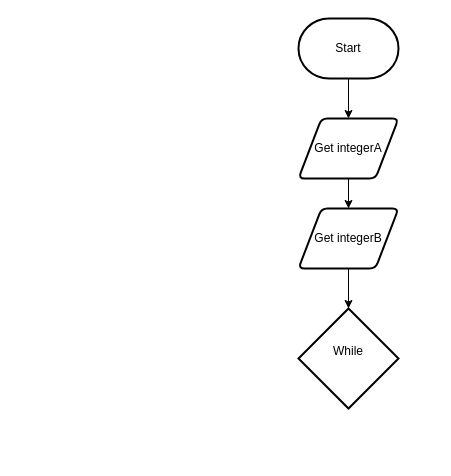
This is design/flow-chart.drawio from Timothy-Manwell/ICS2O-Unit-5-06, a draw.io file, before an edit. Source tidied: cells renumbered, new cells numbered last; positions are measured from the earlier drawing's top-left corner, leaving out a move shared by most shapes. Both pictures are drawn from the tidied source at 100%, with x=0, y=0 at pixel (298, 18).
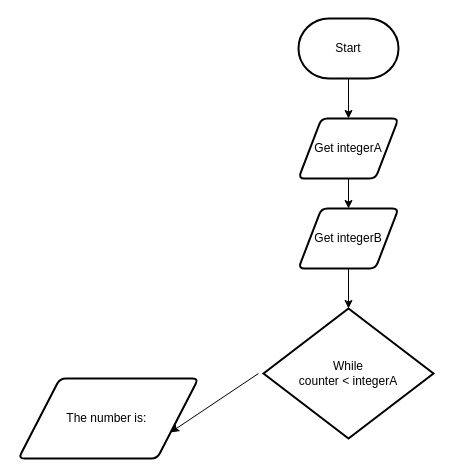
The same page after the edit.

What changed in the source:
```diff
@@
 <mxGraphModel>
   <root>
     <mxCell id="0" />
     <mxCell id="1" parent="0" />
     <mxCell id="2" style="edgeStyle=none;html=1;" parent="1" edge="1" source="3" target="5">
       <mxGeometry relative="1" as="geometry" />
     </mxCell>
     <mxCell id="3" value="Start" style="strokeWidth=2;html=1;shape=mxgraph.flowchart.terminator;whiteSpace=wrap;" parent="1" vertex="1">
       <mxGeometry width="100" height="60" as="geometry" />
     </mxCell>
     <mxCell id="4" style="edgeStyle=none;html=1;" parent="1" edge="1" source="5" target="7">
       <mxGeometry relative="1" as="geometry" />
     </mxCell>
     <mxCell id="5" value="Get integerA" style="shape=parallelogram;html=1;strokeWidth=2;perimeter=parallelogramPerimeter;whiteSpace=wrap;rounded=1;arcSize=12;size=0.23;" parent="1" vertex="1">
       <mxGeometry y="100" width="100" height="60" as="geometry" />
     </mxCell>
     <mxCell id="6" style="edgeStyle=none;html=1;entryX=0.5;entryY=0;entryDx=0;entryDy=0;entryPerimeter=0;" parent="1" edge="1" source="7" target="8">
       <mxGeometry relative="1" as="geometry" />
     </mxCell>
     <mxCell id="7" value="Get integerB" style="shape=parallelogram;html=1;strokeWidth=2;perimeter=parallelogramPerimeter;whiteSpace=wrap;rounded=1;arcSize=12;size=0.23;" parent="1" vertex="1">
       <mxGeometry y="190" width="100" height="60" as="geometry" />
     </mxCell>
+    <mxCell id="9" style="edgeStyle=none;html=1;entryX=1;entryY=0.75;entryDx=0;entryDy=0;" parent="1" edge="1" target="10">
+      <mxGeometry relative="1" as="geometry">
+        <mxPoint x="-40" y="355" as="sourcePoint" />
+      </mxGeometry>
+    </mxCell>
-    <mxCell id="8" value="While&lt;br&gt;&lt;br&gt;" style="strokeWidth=2;html=1;shape=mxgraph.flowchart.decision;whiteSpace=wrap;" parent="1" vertex="1">
-      <mxGeometry y="290" width="100" height="100" as="geometry" />
+    <mxCell id="8" value="While&lt;br&gt;counter &amp;lt; integerA" style="strokeWidth=2;html=1;shape=mxgraph.flowchart.decision;whiteSpace=wrap;" parent="1" vertex="1">
+      <mxGeometry x="-35" y="290" width="170" height="130" as="geometry" />
     </mxCell>
+    <mxCell id="10" value="The number is:&amp;nbsp;" style="shape=parallelogram;html=1;strokeWidth=2;perimeter=parallelogramPerimeter;whiteSpace=wrap;rounded=1;arcSize=12;size=0.23;" parent="1" vertex="1">
+      <mxGeometry x="-280" y="360" width="180" height="80" as="geometry" />
+    </mxCell>
   </root>
 </mxGraphModel>
```
